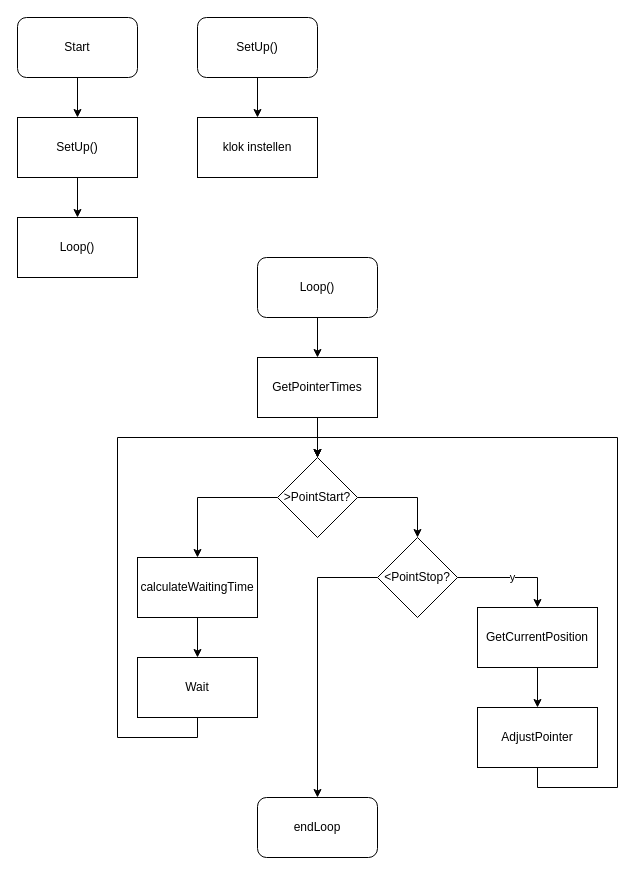
Above: page "Logic" (1 of 10) of SatPointer.drawio in TLR1000/ESP8266 (draw.io), before the change. Source tidied: cells renumbered, new cells numbered last; positions are measured from the earlier drawing's top-left corner, leaving out a move shared by most shapes. Both pictures are drawn from the tidied source at 100%, with x=0, y=0 at pixel (17, 17).
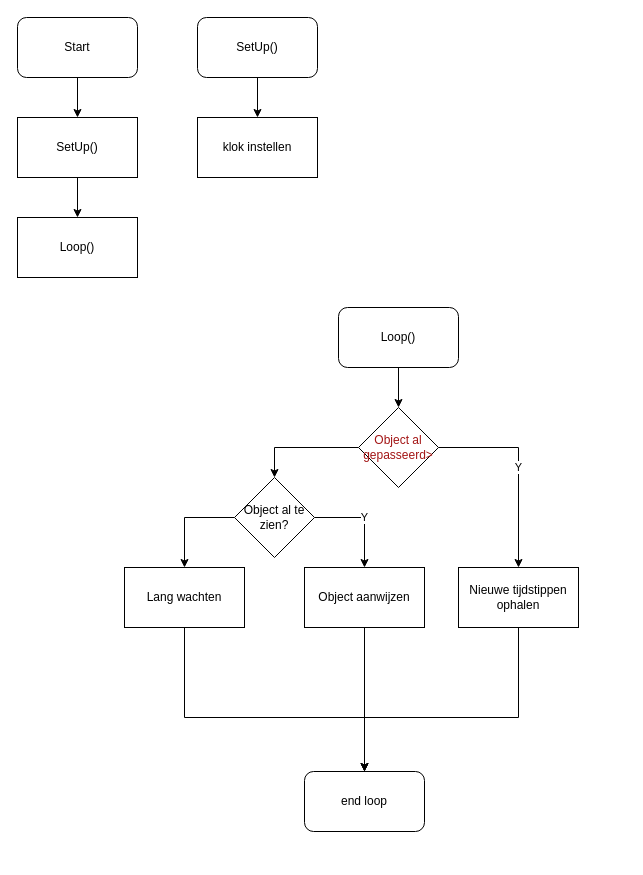
The same diagram, later.

Change to the diagram source:
```diff
@@
-    <mxCell id="10" style="edgeStyle=orthogonalEdgeStyle;rounded=0;jettySize=auto;html=1;exitX=0.5;exitY=1;exitDx=0;exitDy=0;entryX=0.5;entryY=0;entryDx=0;entryDy=0;" parent="1" edge="1" source="11" target="20">
-      <mxGeometry relative="1" as="geometry" />
-    </mxCell>
+    <mxCell id="29" style="edgeStyle=orthogonalEdgeStyle;rounded=0;jettySize=auto;html=1;exitX=0.5;exitY=1;exitDx=0;exitDy=0;entryX=0.5;entryY=0;entryDx=0;entryDy=0;" parent="1" edge="1" source="11" target="32">
+      <mxGeometry relative="1" as="geometry" />
+    </mxCell>
     <mxCell id="11" value="Loop()" style="rounded=1;whiteSpace=wrap;html=1;" parent="1" vertex="1">
-      <mxGeometry x="240" y="240" width="120" height="60" as="geometry" />
+      <mxGeometry x="321" y="290" width="120" height="60" as="geometry" />
     </mxCell>
-    <mxCell id="12" value="y" style="edgeStyle=orthogonalEdgeStyle;rounded=0;jettySize=auto;html=1;entryX=0.5;entryY=0;entryDx=0;entryDy=0;" parent="1" edge="1" source="25" target="14">
-      <mxGeometry relative="1" as="geometry" />
-    </mxCell>
-    <mxCell id="13" style="edgeStyle=orthogonalEdgeStyle;rounded=0;jettySize=auto;html=1;exitX=0.5;exitY=1;exitDx=0;exitDy=0;entryX=0.5;entryY=0;entryDx=0;entryDy=0;" parent="1" edge="1" source="14" target="18">
-      <mxGeometry relative="1" as="geometry" />
-    </mxCell>
-    <mxCell id="14" value="GetCurrentPosition" style="rounded=0;whiteSpace=wrap;html=1;" parent="1" vertex="1">
-      <mxGeometry x="460" y="590" width="120" height="60" as="geometry" />
-    </mxCell>
-    <mxCell id="15" style="edgeStyle=orthogonalEdgeStyle;rounded=0;jettySize=auto;html=1;exitX=0.5;exitY=1;exitDx=0;exitDy=0;" parent="1" edge="1" source="16" target="27">
-      <mxGeometry relative="1" as="geometry" />
-    </mxCell>
-    <mxCell id="16" value="calculateWaitingTime" style="rounded=0;whiteSpace=wrap;html=1;" parent="1" vertex="1">
-      <mxGeometry x="120" y="540" width="120" height="60" as="geometry" />
-    </mxCell>
-    <mxCell id="17" style="edgeStyle=orthogonalEdgeStyle;rounded=0;jettySize=auto;html=1;exitX=0.5;exitY=1;exitDx=0;exitDy=0;" parent="1" edge="1" source="18">
-      <mxGeometry relative="1" as="geometry">
-        <mxPoint x="300" y="440" as="targetPoint" />
-        <Array as="points">
-          <mxPoint x="520" y="770" />
-          <mxPoint x="600" y="770" />
-          <mxPoint x="600" y="420" />
-        </Array>
-      </mxGeometry>
-    </mxCell>
-    <mxCell id="18" value="AdjustPointer" style="rounded=0;whiteSpace=wrap;html=1;" parent="1" vertex="1">
-      <mxGeometry x="460" y="690" width="120" height="60" as="geometry" />
-    </mxCell>
-    <mxCell id="19" style="edgeStyle=orthogonalEdgeStyle;rounded=0;jettySize=auto;html=1;exitX=0.5;exitY=1;exitDx=0;exitDy=0;entryX=0.5;entryY=0;entryDx=0;entryDy=0;" parent="1" edge="1" source="20" target="23">
-      <mxGeometry relative="1" as="geometry" />
-    </mxCell>
-    <mxCell id="20" value="GetPointerTimes" style="rounded=0;whiteSpace=wrap;html=1;" parent="1" vertex="1">
-      <mxGeometry x="240" y="340" width="120" height="60" as="geometry" />
-    </mxCell>
-    <mxCell id="21" style="edgeStyle=orthogonalEdgeStyle;rounded=0;jettySize=auto;html=1;exitX=1;exitY=0.5;exitDx=0;exitDy=0;entryX=0.5;entryY=0;entryDx=0;entryDy=0;" parent="1" edge="1" source="23" target="25">
-      <mxGeometry relative="1" as="geometry" />
-    </mxCell>
-    <mxCell id="22" style="edgeStyle=orthogonalEdgeStyle;rounded=0;jettySize=auto;html=1;exitX=0;exitY=0.5;exitDx=0;exitDy=0;entryX=0.5;entryY=0;entryDx=0;entryDy=0;" parent="1" edge="1" source="23" target="16">
-      <mxGeometry relative="1" as="geometry" />
-    </mxCell>
-    <mxCell id="23" value="&amp;gt;PointStart?" style="rhombus;whiteSpace=wrap;html=1;" parent="1" vertex="1">
-      <mxGeometry x="260" y="440" width="80" height="80" as="geometry" />
-    </mxCell>
-    <mxCell id="24" style="edgeStyle=orthogonalEdgeStyle;rounded=0;jettySize=auto;html=1;exitX=0;exitY=0.5;exitDx=0;exitDy=0;" parent="1" edge="1" source="25" target="28">
-      <mxGeometry relative="1" as="geometry" />
-    </mxCell>
-    <mxCell id="25" value="&amp;lt;PointStop?" style="rhombus;whiteSpace=wrap;html=1;" parent="1" vertex="1">
-      <mxGeometry x="360" y="520" width="80" height="80" as="geometry" />
-    </mxCell>
-    <mxCell id="26" style="edgeStyle=orthogonalEdgeStyle;rounded=0;jettySize=auto;html=1;exitX=0.5;exitY=1;exitDx=0;exitDy=0;entryX=0.5;entryY=0;entryDx=0;entryDy=0;" parent="1" edge="1" source="27" target="23">
-      <mxGeometry relative="1" as="geometry">
-        <Array as="points">
-          <mxPoint x="180" y="720" />
-          <mxPoint x="100" y="720" />
-          <mxPoint x="100" y="420" />
-          <mxPoint x="300" y="420" />
-        </Array>
-      </mxGeometry>
-    </mxCell>
-    <mxCell id="27" value="Wait" style="rounded=0;whiteSpace=wrap;html=1;" parent="1" vertex="1">
-      <mxGeometry x="120" y="640" width="120" height="60" as="geometry" />
-    </mxCell>
-    <mxCell id="28" value="endLoop" style="rounded=1;whiteSpace=wrap;html=1;" parent="1" vertex="1">
-      <mxGeometry x="240" y="780" width="120" height="60" as="geometry" />
-    </mxCell>
+    <mxCell id="30" value="Y" style="edgeStyle=orthogonalEdgeStyle;rounded=0;jettySize=auto;html=1;exitX=1;exitY=0.5;exitDx=0;exitDy=0;entryX=0.5;entryY=0;entryDx=0;entryDy=0;" parent="1" edge="1" source="32" target="37">
+      <mxGeometry relative="1" as="geometry" />
+    </mxCell>
+    <mxCell id="31" style="edgeStyle=orthogonalEdgeStyle;rounded=0;jettySize=auto;html=1;entryX=0.5;entryY=0;entryDx=0;entryDy=0;" parent="1" edge="1" source="32" target="41">
+      <mxGeometry relative="1" as="geometry" />
+    </mxCell>
+    <mxCell id="32" value="&lt;font color=&quot;#a31515&quot;&gt;Object al gepasseerd&amp;gt;&lt;/font&gt;" style="rhombus;whiteSpace=wrap;html=1;" parent="1" vertex="1">
+      <mxGeometry x="341" y="390" width="80" height="80" as="geometry" />
+    </mxCell>
+    <mxCell id="33" style="edgeStyle=orthogonalEdgeStyle;rounded=0;jettySize=auto;html=1;exitX=0.5;exitY=1;exitDx=0;exitDy=0;entryX=0.5;entryY=0;entryDx=0;entryDy=0;" parent="1" edge="1" source="42" target="38">
+      <mxGeometry relative="1" as="geometry">
+        <Array as="points">
+          <mxPoint x="167" y="700" />
+          <mxPoint x="347" y="700" />
+        </Array>
+      </mxGeometry>
+    </mxCell>
+    <mxCell id="34" style="edgeStyle=orthogonalEdgeStyle;rounded=0;jettySize=auto;html=1;exitX=0.5;exitY=1;exitDx=0;exitDy=0;entryX=0.5;entryY=0;entryDx=0;entryDy=0;" parent="1" edge="1" source="35" target="38">
+      <mxGeometry relative="1" as="geometry" />
+    </mxCell>
+    <mxCell id="35" value="Object aanwijzen" style="rounded=0;whiteSpace=wrap;html=1;" parent="1" vertex="1">
+      <mxGeometry x="287" y="550" width="120" height="60" as="geometry" />
+    </mxCell>
+    <mxCell id="36" style="edgeStyle=orthogonalEdgeStyle;rounded=0;jettySize=auto;html=1;exitX=0.5;exitY=1;exitDx=0;exitDy=0;entryX=0.5;entryY=0;entryDx=0;entryDy=0;" parent="1" edge="1" source="37" target="38">
+      <mxGeometry relative="1" as="geometry">
+        <Array as="points">
+          <mxPoint x="501" y="700" />
+          <mxPoint x="347" y="700" />
+        </Array>
+      </mxGeometry>
+    </mxCell>
+    <mxCell id="37" value="Nieuwe tijdstippen ophalen" style="rounded=0;whiteSpace=wrap;html=1;" parent="1" vertex="1">
+      <mxGeometry x="441" y="550" width="120" height="60" as="geometry" />
+    </mxCell>
+    <mxCell id="38" value="end loop" style="rounded=1;whiteSpace=wrap;html=1;" parent="1" vertex="1">
+      <mxGeometry x="287" y="754" width="120" height="60" as="geometry" />
+    </mxCell>
+    <mxCell id="39" value="Y" style="edgeStyle=orthogonalEdgeStyle;rounded=0;jettySize=auto;html=1;exitX=1;exitY=0.5;exitDx=0;exitDy=0;entryX=0.5;entryY=0;entryDx=0;entryDy=0;" parent="1" edge="1" source="41" target="35">
+      <mxGeometry relative="1" as="geometry" />
+    </mxCell>
+    <mxCell id="40" style="edgeStyle=orthogonalEdgeStyle;rounded=0;jettySize=auto;html=1;exitX=0;exitY=0.5;exitDx=0;exitDy=0;entryX=0.5;entryY=0;entryDx=0;entryDy=0;" parent="1" edge="1" source="41" target="42">
+      <mxGeometry relative="1" as="geometry" />
+    </mxCell>
+    <mxCell id="41" value="Object al te zien?" style="rhombus;whiteSpace=wrap;html=1;" parent="1" vertex="1">
+      <mxGeometry x="217" y="460" width="80" height="80" as="geometry" />
+    </mxCell>
+    <mxCell id="42" value="Lang wachten" style="rounded=0;whiteSpace=wrap;html=1;" parent="1" vertex="1">
+      <mxGeometry x="107" y="550" width="120" height="60" as="geometry" />
+    </mxCell>
```
